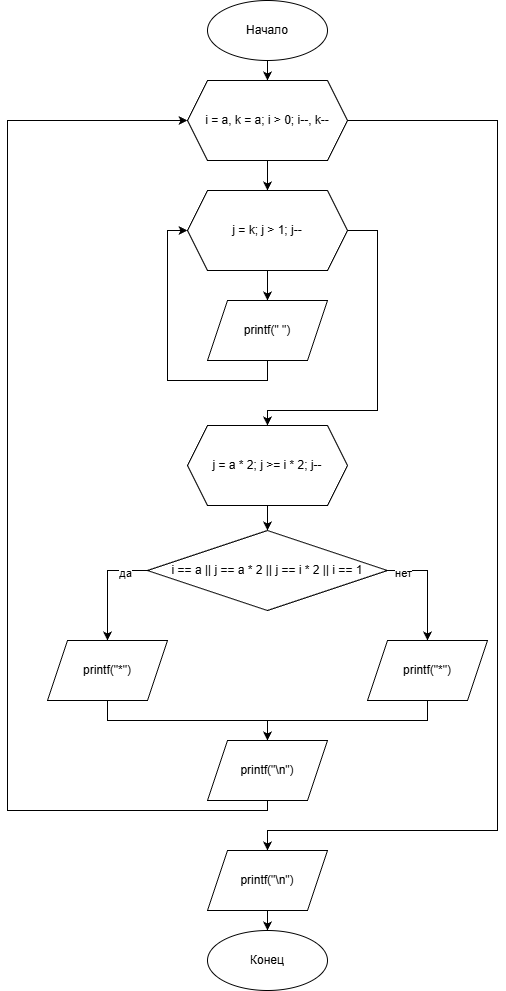
glebofrl/lab10VSTU keeps this draw.io diagram as scheme3.png. Above is the earlier version. Source tidied: cells renumbered, new cells last; positions are measured from the earlier drawing's top-left corner, leaving out a move shared by most shapes. The source it was exported from:
```xml
<mxGraphModel background="#FFFFFF">
  <root>
    <mxCell id="0" />
    <mxCell id="1" parent="0" />
    <mxCell id="2" style="edgeStyle=orthogonalEdgeStyle;rounded=0;jettySize=auto;html=1;" parent="1" edge="1" source="3" target="6">
      <mxGeometry relative="1" as="geometry" />
    </mxCell>
    <mxCell id="3" value="Начало" style="ellipse;whiteSpace=wrap;html=1;" parent="1" vertex="1">
      <mxGeometry x="200" width="120" height="60" as="geometry" />
    </mxCell>
    <mxCell id="4" style="edgeStyle=orthogonalEdgeStyle;rounded=0;jettySize=auto;html=1;entryX=0.5;entryY=0;entryDx=0;entryDy=0;" parent="1" edge="1" source="6" target="9">
      <mxGeometry relative="1" as="geometry" />
    </mxCell>
    <mxCell id="5" style="edgeStyle=orthogonalEdgeStyle;rounded=0;jettySize=auto;html=1;entryX=0.5;entryY=0;entryDx=0;entryDy=0;" parent="1" edge="1" source="6" target="26">
      <mxGeometry relative="1" as="geometry">
        <Array as="points">
          <mxPoint x="490" y="120" />
          <mxPoint x="490" y="830" />
          <mxPoint x="260" y="830" />
        </Array>
      </mxGeometry>
    </mxCell>
    <mxCell id="6" value="i = a, k = a; i &gt; 0; i--, k--" style="shape=hexagon;perimeter=hexagonPerimeter2;whiteSpace=wrap;html=1;fixedSize=1;" parent="1" vertex="1">
      <mxGeometry x="180" y="80" width="160" height="80" as="geometry" />
    </mxCell>
    <mxCell id="7" style="edgeStyle=orthogonalEdgeStyle;rounded=0;jettySize=auto;html=1;" parent="1" edge="1" source="9" target="11">
      <mxGeometry relative="1" as="geometry" />
    </mxCell>
    <mxCell id="8" style="edgeStyle=orthogonalEdgeStyle;rounded=0;jettySize=auto;html=1;entryX=0.5;entryY=0;entryDx=0;entryDy=0;" parent="1" edge="1" source="9" target="13">
      <mxGeometry relative="1" as="geometry">
        <Array as="points">
          <mxPoint x="370" y="230" />
          <mxPoint x="370" y="410" />
          <mxPoint x="260" y="410" />
        </Array>
      </mxGeometry>
    </mxCell>
    <mxCell id="9" value="j = k; j &gt; 1; j--" style="shape=hexagon;perimeter=hexagonPerimeter2;whiteSpace=wrap;html=1;fixedSize=1;" parent="1" vertex="1">
      <mxGeometry x="180" y="190" width="160" height="80" as="geometry" />
    </mxCell>
    <mxCell id="10" style="edgeStyle=orthogonalEdgeStyle;rounded=0;jettySize=auto;html=1;entryX=0;entryY=0.5;entryDx=0;entryDy=0;" parent="1" edge="1" source="11" target="9">
      <mxGeometry relative="1" as="geometry">
        <Array as="points">
          <mxPoint x="260" y="380" />
          <mxPoint x="160" y="380" />
          <mxPoint x="160" y="230" />
        </Array>
      </mxGeometry>
    </mxCell>
    <mxCell id="11" value="printf(&quot; &quot;)" style="shape=parallelogram;perimeter=parallelogramPerimeter;whiteSpace=wrap;html=1;fixedSize=1;" parent="1" vertex="1">
      <mxGeometry x="200" y="300" width="120" height="60" as="geometry" />
    </mxCell>
    <mxCell id="12" style="edgeStyle=orthogonalEdgeStyle;rounded=0;jettySize=auto;html=1;" parent="1" edge="1" source="13" target="18">
      <mxGeometry relative="1" as="geometry" />
    </mxCell>
    <mxCell id="13" value="j = a * 2; j &gt;= i * 2; j--" style="shape=hexagon;perimeter=hexagonPerimeter2;whiteSpace=wrap;html=1;fixedSize=1;" parent="1" vertex="1">
      <mxGeometry x="180" y="425" width="160" height="80" as="geometry" />
    </mxCell>
    <mxCell id="14" style="edgeStyle=orthogonalEdgeStyle;rounded=0;jettySize=auto;html=1;entryX=0.5;entryY=0;entryDx=0;entryDy=0;" parent="1" edge="1" source="18" target="20">
      <mxGeometry relative="1" as="geometry">
        <Array as="points">
          <mxPoint x="100" y="570" />
        </Array>
      </mxGeometry>
    </mxCell>
    <mxCell id="15" value="да" style="edgeLabel;html=1;align=center;verticalAlign=middle;" parent="14" vertex="1">
      <mxGeometry x="-0.58" y="2" relative="1" as="geometry" />
    </mxCell>
    <mxCell id="16" style="edgeStyle=orthogonalEdgeStyle;rounded=0;jettySize=auto;html=1;entryX=0.5;entryY=0;entryDx=0;entryDy=0;" parent="1" edge="1" source="18" target="22">
      <mxGeometry relative="1" as="geometry">
        <Array as="points">
          <mxPoint x="420" y="570" />
        </Array>
      </mxGeometry>
    </mxCell>
    <mxCell id="17" value="нет" style="edgeLabel;html=1;align=center;verticalAlign=middle;" parent="16" vertex="1">
      <mxGeometry x="-0.73" y="-2" relative="1" as="geometry" />
    </mxCell>
    <mxCell id="18" value="i == a || j == a * 2 || j == i * 2 || i == 1" style="rhombus;whiteSpace=wrap;html=1;" parent="1" vertex="1">
      <mxGeometry x="140" y="530" width="240" height="80" as="geometry" />
    </mxCell>
    <mxCell id="19" style="edgeStyle=orthogonalEdgeStyle;rounded=0;jettySize=auto;html=1;entryX=0.5;entryY=0;entryDx=0;entryDy=0;" parent="1" edge="1" source="20" target="24">
      <mxGeometry relative="1" as="geometry">
        <Array as="points">
          <mxPoint x="100" y="720" />
          <mxPoint x="260" y="720" />
        </Array>
      </mxGeometry>
    </mxCell>
    <mxCell id="20" value="printf(&quot;*&quot;)" style="shape=parallelogram;perimeter=parallelogramPerimeter;whiteSpace=wrap;html=1;fixedSize=1;" parent="1" vertex="1">
      <mxGeometry x="40" y="640" width="120" height="60" as="geometry" />
    </mxCell>
    <mxCell id="21" style="edgeStyle=orthogonalEdgeStyle;rounded=0;jettySize=auto;html=1;entryX=0.5;entryY=0;entryDx=0;entryDy=0;" parent="1" edge="1" source="22" target="24">
      <mxGeometry relative="1" as="geometry">
        <Array as="points">
          <mxPoint x="420" y="720" />
          <mxPoint x="260" y="720" />
        </Array>
      </mxGeometry>
    </mxCell>
    <mxCell id="22" value="printf(&quot;*&quot;)" style="shape=parallelogram;perimeter=parallelogramPerimeter;whiteSpace=wrap;html=1;fixedSize=1;" parent="1" vertex="1">
      <mxGeometry x="360" y="640" width="120" height="60" as="geometry" />
    </mxCell>
    <mxCell id="23" style="edgeStyle=orthogonalEdgeStyle;rounded=0;jettySize=auto;html=1;entryX=0;entryY=0.5;entryDx=0;entryDy=0;" parent="1" edge="1" source="24" target="6">
      <mxGeometry relative="1" as="geometry">
        <Array as="points">
          <mxPoint x="260" y="810" />
          <mxPoint y="810" />
          <mxPoint y="120" />
        </Array>
      </mxGeometry>
    </mxCell>
    <mxCell id="24" value="printf(&quot;\n&quot;)" style="shape=parallelogram;perimeter=parallelogramPerimeter;whiteSpace=wrap;html=1;fixedSize=1;" parent="1" vertex="1">
      <mxGeometry x="200" y="740" width="120" height="60" as="geometry" />
    </mxCell>
    <mxCell id="25" style="edgeStyle=orthogonalEdgeStyle;rounded=0;jettySize=auto;html=1;" parent="1" edge="1" source="26" target="27">
      <mxGeometry relative="1" as="geometry" />
    </mxCell>
    <mxCell id="26" value="printf(&quot;\n&quot;)" style="shape=parallelogram;perimeter=parallelogramPerimeter;whiteSpace=wrap;html=1;fixedSize=1;" parent="1" vertex="1">
      <mxGeometry x="200" y="850" width="120" height="60" as="geometry" />
    </mxCell>
    <mxCell id="27" value="Конец" style="ellipse;whiteSpace=wrap;html=1;" parent="1" vertex="1">
      <mxGeometry x="200" y="930" width="120" height="60" as="geometry" />
    </mxCell>
  </root>
</mxGraphModel>
```
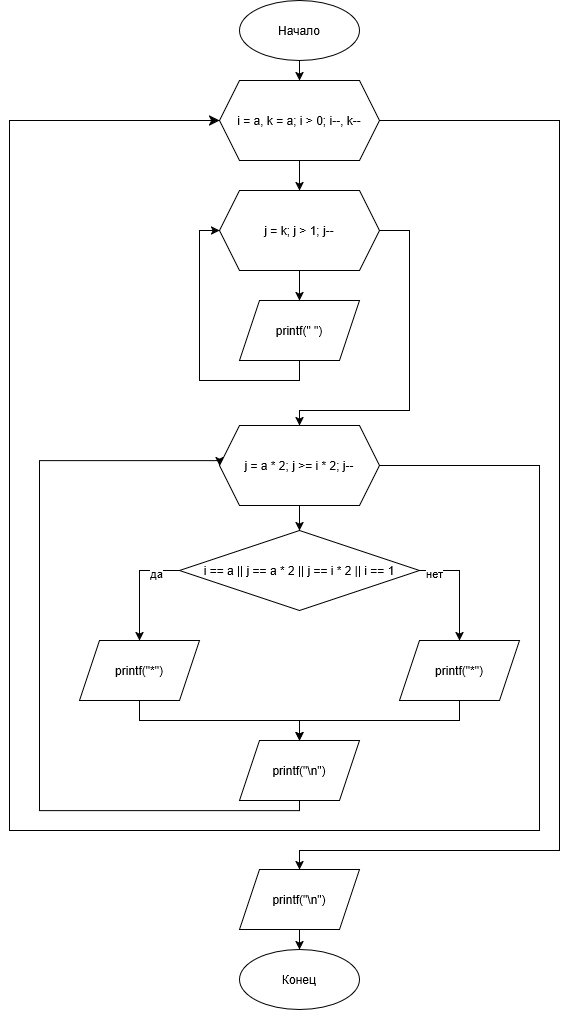
Above is the later version.

The edit, as a diff of the source:
```diff
@@ -11,12 +11,12 @@
     <mxCell id="4" style="edgeStyle=orthogonalEdgeStyle;rounded=0;jettySize=auto;html=1;entryX=0.5;entryY=0;entryDx=0;entryDy=0;" parent="1" edge="1" source="6" target="9">
       <mxGeometry relative="1" as="geometry" />
     </mxCell>
-    <mxCell id="5" style="edgeStyle=orthogonalEdgeStyle;rounded=0;jettySize=auto;html=1;entryX=0.5;entryY=0;entryDx=0;entryDy=0;" parent="1" edge="1" source="6" target="26">
+    <mxCell id="5" style="edgeStyle=orthogonalEdgeStyle;rounded=0;jettySize=auto;html=1;entryX=0.5;entryY=0;entryDx=0;entryDy=0;exitX=1;exitY=0.5;exitDx=0;exitDy=0;" parent="1" edge="1" source="6" target="26">
       <mxGeometry relative="1" as="geometry">
         <Array as="points">
-          <mxPoint x="490" y="120" />
-          <mxPoint x="490" y="830" />
-          <mxPoint x="260" y="830" />
+          <mxPoint x="520" y="120" />
+          <mxPoint x="520" y="850" />
+          <mxPoint x="260" y="850" />
         </Array>
       </mxGeometry>
     </mxCell>
@@ -53,6 +53,16 @@
     <mxCell id="12" style="edgeStyle=orthogonalEdgeStyle;rounded=0;jettySize=auto;html=1;" parent="1" edge="1" source="13" target="18">
       <mxGeometry relative="1" as="geometry" />
     </mxCell>
+    <mxCell id="28" style="edgeStyle=orthogonalEdgeStyle;rounded=0;jettySize=auto;html=1;entryX=0;entryY=0.5;entryDx=0;entryDy=0;fontSize=12;startSize=8;endSize=8;" parent="1" edge="1" source="13" target="6">
+      <mxGeometry relative="1" as="geometry">
+        <Array as="points">
+          <mxPoint x="500" y="465" />
+          <mxPoint x="500" y="830" />
+          <mxPoint x="-30" y="830" />
+          <mxPoint x="-30" y="120" />
+        </Array>
+      </mxGeometry>
+    </mxCell>
     <mxCell id="13" value="j = a * 2; j &gt;= i * 2; j--" style="shape=hexagon;perimeter=hexagonPerimeter2;whiteSpace=wrap;html=1;fixedSize=1;" parent="1" vertex="1">
       <mxGeometry x="180" y="425" width="160" height="80" as="geometry" />
     </mxCell>
@@ -101,12 +111,13 @@
     <mxCell id="22" value="printf(&quot;*&quot;)" style="shape=parallelogram;perimeter=parallelogramPerimeter;whiteSpace=wrap;html=1;fixedSize=1;" parent="1" vertex="1">
       <mxGeometry x="360" y="640" width="120" height="60" as="geometry" />
     </mxCell>
-    <mxCell id="23" style="edgeStyle=orthogonalEdgeStyle;rounded=0;jettySize=auto;html=1;entryX=0;entryY=0.5;entryDx=0;entryDy=0;" parent="1" edge="1" source="24" target="6">
+    <mxCell id="23" style="edgeStyle=orthogonalEdgeStyle;rounded=0;jettySize=auto;html=1;entryX=0;entryY=0.5;entryDx=0;entryDy=0;" parent="1" edge="1" source="24" target="13">
       <mxGeometry relative="1" as="geometry">
         <Array as="points">
           <mxPoint x="260" y="810" />
           <mxPoint y="810" />
-          <mxPoint y="120" />
+          <mxPoint y="460" />
+          <mxPoint x="180" y="460" />
         </Array>
       </mxGeometry>
     </mxCell>
@@ -117,10 +128,10 @@
       <mxGeometry relative="1" as="geometry" />
     </mxCell>
     <mxCell id="26" value="printf(&quot;\n&quot;)" style="shape=parallelogram;perimeter=parallelogramPerimeter;whiteSpace=wrap;html=1;fixedSize=1;" parent="1" vertex="1">
-      <mxGeometry x="200" y="850" width="120" height="60" as="geometry" />
+      <mxGeometry x="200" y="869" width="120" height="60" as="geometry" />
     </mxCell>
     <mxCell id="27" value="Конец" style="ellipse;whiteSpace=wrap;html=1;" parent="1" vertex="1">
-      <mxGeometry x="200" y="930" width="120" height="60" as="geometry" />
+      <mxGeometry x="200" y="949" width="120" height="60" as="geometry" />
     </mxCell>
   </root>
 </mxGraphModel>
```
